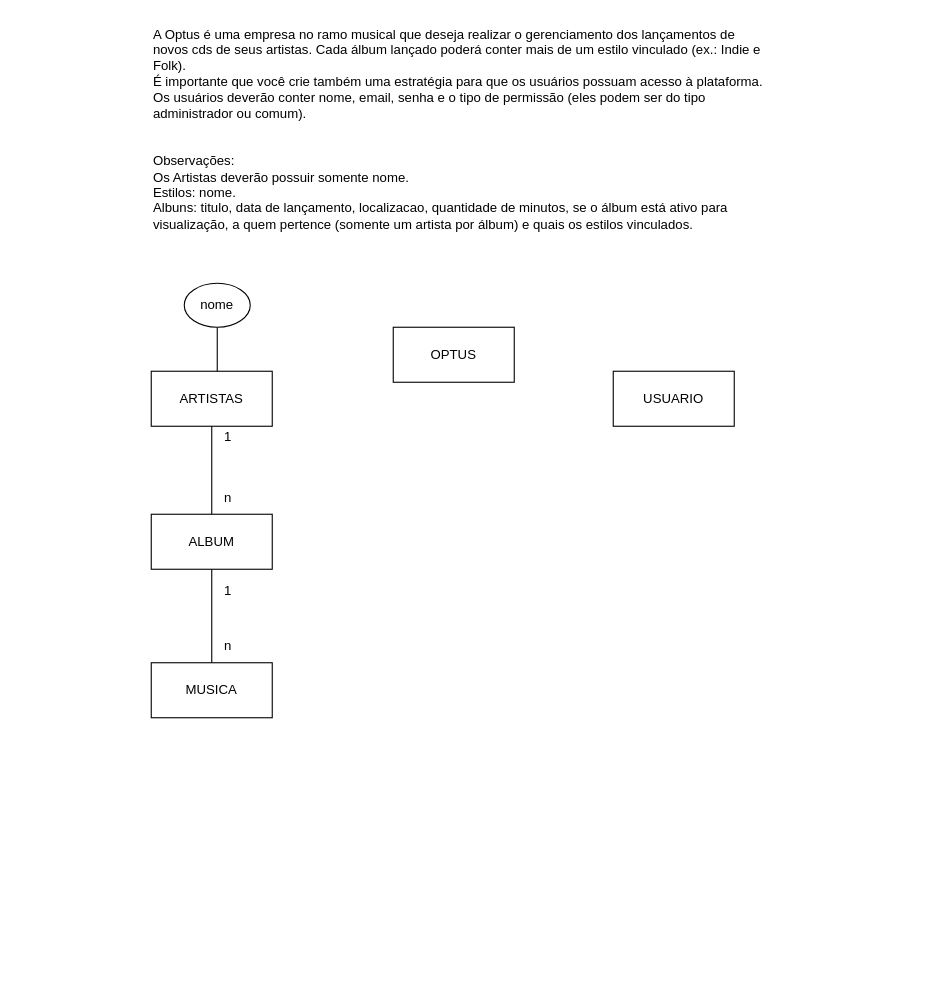
The draw.io diagram sprint1-bd/exercicios/1.4-exercicio-optus/1.4-exercicio-optus.drawio in AlbatrozPyt/2S-SENAI-dv, before the edit. Source tidied: cells renumbered, new cells numbered last; positions are measured from the earlier drawing's top-left corner, leaving out a move shared by most shapes. Both pictures are drawn from the tidied source at 110%, with x=0, y=0 at pixel (151, 19).
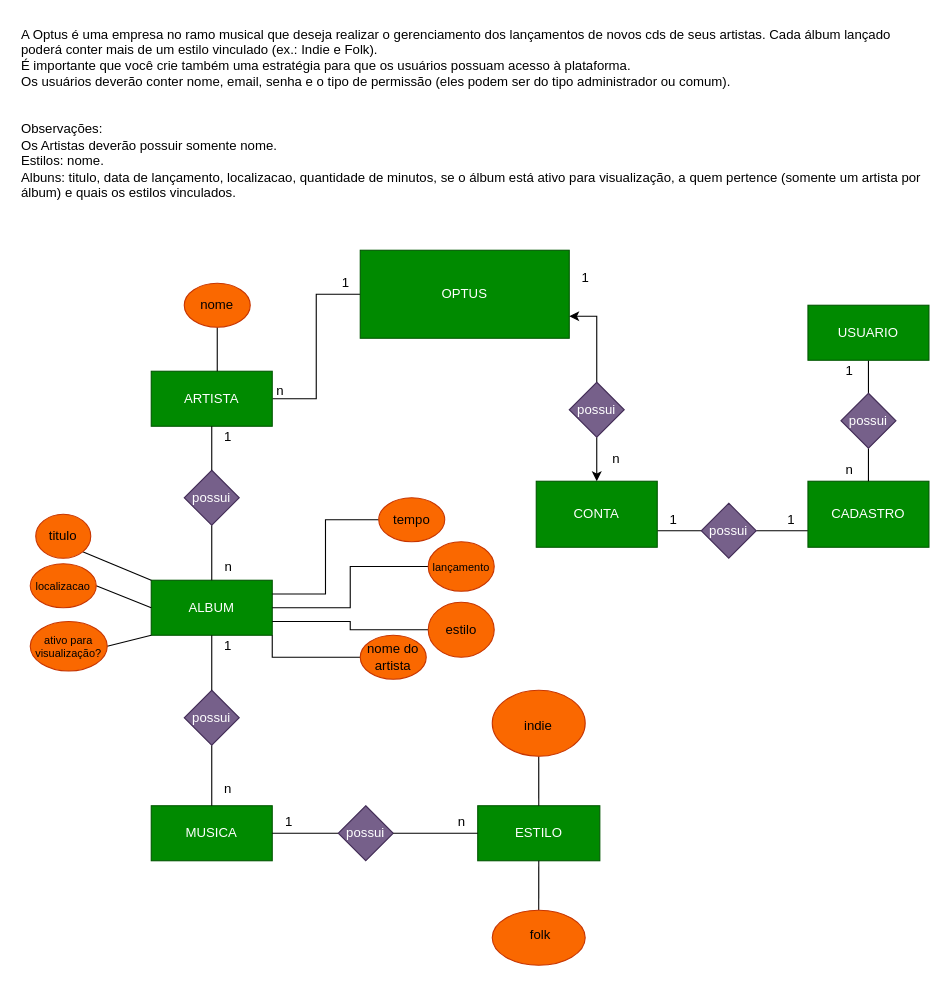
The same page after the edit.

The change refers to these unchanged cells:
```xml
<mxCell id="10" value="1" style="text;html=1;strokeColor=none;fillColor=none;align=center;verticalAlign=middle;whiteSpace=wrap;rounded=0;" parent="1" vertex="1">
  <mxGeometry x="40" y="370" width="60" height="20" as="geometry" />
</mxCell>
```

What changed in the source:
```diff
@@
     <mxCell id="2" value="A Optus é uma empresa no ramo musical que deseja realizar o gerenciamento dos lançamentos de novos cds de seus artistas. Cada álbum lançado poderá conter mais de um estilo vinculado (ex.: Indie e Folk).&#10;É importante que você crie também uma estratégia para que os usuários possuam acesso à plataforma.&#10;Os usuários deverão conter nome, email, senha e o tipo de permissão (eles podem ser do tipo administrador ou comum).&#10;&#10;&#10;Observações:&#10;Os Artistas deverão possuir somente nome.&#10;Estilos: nome.&#10;Albuns: titulo, data de lançamento, localizacao, quantidade de minutos, se o álbum está ativo para visualização, a quem pertence (somente um artista por álbum) e quais os estilos vinculados." style="text;whiteSpace=wrap;" parent="1" vertex="1">
-      <mxGeometry width="560" height="230" as="geometry" />
+      <mxGeometry x="-120" width="820" height="160" as="geometry" />
     </mxCell>
+    <mxCell id="17" style="edgeStyle=orthogonalEdgeStyle;rounded=0;jettySize=auto;html=1;entryX=1;entryY=0.5;entryDx=0;entryDy=0;endArrow=none;endFill=0;" parent="1" edge="1" source="3" target="7">
+      <mxGeometry relative="1" as="geometry" />
+    </mxCell>
-    <mxCell id="3" value="OPTUS" style="html=1;whiteSpace=wrap;" parent="1" vertex="1">
-      <mxGeometry x="220" y="280" width="110" height="50" as="geometry" />
+    <mxCell id="3" value="OPTUS" style="html=1;whiteSpace=wrap;fillColor=#008a00;fontColor=#ffffff;strokeColor=#005700;" parent="1" vertex="1">
+      <mxGeometry x="190" y="210" width="190" height="80" as="geometry" />
     </mxCell>
-    <mxCell id="4" value="ALBUM" style="html=1;whiteSpace=wrap;" parent="1" vertex="1">
-      <mxGeometry y="450" width="110" height="50" as="geometry" />
+    <mxCell id="4" value="ALBUM" style="html=1;whiteSpace=wrap;fillColor=#008a00;fontColor=#ffffff;strokeColor=#005700;" parent="1" vertex="1">
+      <mxGeometry y="510" width="110" height="50" as="geometry" />
     </mxCell>
-    <mxCell id="5" value="MUSICA" style="html=1;whiteSpace=wrap;" parent="1" vertex="1">
-      <mxGeometry y="585" width="110" height="50" as="geometry" />
+    <mxCell id="5" value="MUSICA" style="html=1;whiteSpace=wrap;fillColor=#008a00;fontColor=#ffffff;strokeColor=#005700;" parent="1" vertex="1">
+      <mxGeometry y="715" width="110" height="50" as="geometry" />
     </mxCell>
+    <mxCell id="18" style="edgeStyle=orthogonalEdgeStyle;rounded=0;jettySize=auto;html=1;entryX=0.5;entryY=0;entryDx=0;entryDy=0;endArrow=none;endFill=0;" parent="1" edge="1" source="6" target="52">
+      <mxGeometry relative="1" as="geometry" />
+    </mxCell>
-    <mxCell id="6" value="USUARIO" style="html=1;whiteSpace=wrap;" parent="1" vertex="1">
-      <mxGeometry x="420" y="320" width="110" height="50" as="geometry" />
+    <mxCell id="6" value="USUARIO" style="html=1;whiteSpace=wrap;fillColor=#008a00;fontColor=#ffffff;strokeColor=#005700;" parent="1" vertex="1">
+      <mxGeometry x="597" y="260" width="110" height="50" as="geometry" />
     </mxCell>
-    <mxCell id="7" value="ARTISTAS" style="html=1;whiteSpace=wrap;" parent="1" vertex="1">
+    <mxCell id="7" value="ARTISTA" style="html=1;whiteSpace=wrap;fillColor=#008a00;fontColor=#ffffff;strokeColor=#005700;" parent="1" vertex="1">
       <mxGeometry y="320" width="110" height="50" as="geometry" />
     </mxCell>
-    <mxCell id="8" style="endArrow=none;html=1;rounded=0;entryX=0.5;entryY=1;entryDx=0;entryDy=0;exitX=0.5;exitY=0;exitDx=0;exitDy=0;" parent="1" edge="1" source="4" target="7">
+    <mxCell id="8" style="endArrow=none;html=1;rounded=0;exitX=0.5;exitY=0;exitDx=0;exitDy=0;entryX=0.5;entryY=1;entryDx=0;entryDy=0;" parent="1" edge="1" source="4" target="32">
       <mxGeometry relative="1" as="geometry" />
     </mxCell>
-    <mxCell id="9" style="endArrow=none;html=1;rounded=0;entryX=0.5;entryY=1;entryDx=0;entryDy=0;exitX=0.5;exitY=0;exitDx=0;exitDy=0;" parent="1" edge="1" source="5" target="4">
+    <mxCell id="9" style="endArrow=none;html=1;rounded=0;exitX=0.5;exitY=0;exitDx=0;exitDy=0;entryX=0.5;entryY=1;entryDx=0;entryDy=0;" parent="1" edge="1" source="5" target="30">
       <mxGeometry relative="1" as="geometry" />
     </mxCell>
@@
     <mxCell id="11" value="n" style="text;html=1;strokeColor=none;fillColor=none;align=center;verticalAlign=middle;whiteSpace=wrap;rounded=0;" parent="1" vertex="1">
-      <mxGeometry x="40" y="420" width="60" height="30" as="geometry" />
+      <mxGeometry x="52.5" y="490" width="35" height="15" as="geometry" />
     </mxCell>
     <mxCell id="12" value="1" style="text;html=1;strokeColor=none;fillColor=none;align=center;verticalAlign=middle;whiteSpace=wrap;rounded=0;" parent="1" vertex="1">
-      <mxGeometry x="40" y="510" width="60" height="20" as="geometry" />
+      <mxGeometry x="55" y="560" width="30" height="20" as="geometry" />
     </mxCell>
     <mxCell id="13" value="n" style="text;html=1;strokeColor=none;fillColor=none;align=center;verticalAlign=middle;whiteSpace=wrap;rounded=0;" parent="1" vertex="1">
-      <mxGeometry x="40" y="560" width="60" height="20" as="geometry" />
+      <mxGeometry x="55" y="695" width="30" height="10" as="geometry" />
     </mxCell>
@@
-    <mxCell id="15" style="ellipse;whiteSpace=wrap;html=1;" parent="1" vertex="1">
+    <mxCell id="15" style="ellipse;whiteSpace=wrap;html=1;fillColor=#fa6800;fontColor=#000000;strokeColor=#C73500;" parent="1" vertex="1">
       <mxGeometry x="30" y="240" width="60" height="40" as="geometry" />
     </mxCell>
     <mxCell id="16" value="nome" style="text;html=1;strokeColor=none;fillColor=none;align=center;verticalAlign=middle;whiteSpace=wrap;rounded=0;" parent="1" vertex="1">
-      <mxGeometry x="30" y="245" width="60" height="30" as="geometry" />
+      <mxGeometry x="45" y="252.5" width="30" height="15" as="geometry" />
     </mxCell>
+    <mxCell id="19" value="ESTILO" style="html=1;whiteSpace=wrap;fillColor=#008a00;fontColor=#ffffff;strokeColor=#005700;" parent="1" vertex="1">
+      <mxGeometry x="296.8" y="715" width="111" height="50" as="geometry" />
+    </mxCell>
+    <mxCell id="20" style="endArrow=none;html=1;rounded=0;entryX=0.5;entryY=1;entryDx=0;entryDy=0;exitX=0.5;exitY=0;exitDx=0;exitDy=0;" parent="1" edge="1" source="19" target="21">
+      <mxGeometry relative="1" as="geometry" />
+    </mxCell>
+    <mxCell id="21" style="ellipse;whiteSpace=wrap;html=1;fillColor=#fa6800;fontColor=#000000;strokeColor=#C73500;" parent="1" vertex="1">
+      <mxGeometry x="310" y="610" width="84.5" height="60" as="geometry" />
+    </mxCell>
+    <mxCell id="22" style="endArrow=none;html=1;rounded=0;entryX=0.5;entryY=1;entryDx=0;entryDy=0;exitX=0.5;exitY=0;exitDx=0;exitDy=0;" parent="1" edge="1" source="23" target="19">
+      <mxGeometry relative="1" as="geometry" />
+    </mxCell>
+    <mxCell id="23" style="ellipse;whiteSpace=wrap;html=1;fillColor=#fa6800;fontColor=#000000;strokeColor=#C73500;" parent="1" vertex="1">
+      <mxGeometry x="310" y="810" width="84.5" height="50" as="geometry" />
+    </mxCell>
+    <mxCell id="24" style="endArrow=none;html=1;rounded=0;exitX=1;exitY=1;exitDx=0;exitDy=0;entryX=0;entryY=0;entryDx=0;entryDy=0;" parent="1" edge="1" source="25" target="4">
+      <mxGeometry relative="1" as="geometry" />
+    </mxCell>
+    <mxCell id="25" value="titulo" style="ellipse;whiteSpace=wrap;html=1;verticalAlign=middle;labelPosition=center;verticalLabelPosition=middle;align=center;fillColor=#fa6800;fontColor=#000000;strokeColor=#C73500;" parent="1" vertex="1">
+      <mxGeometry x="-105" y="450" width="50" height="40" as="geometry" />
+    </mxCell>
+    <mxCell id="26" style="endArrow=none;html=1;rounded=0;exitX=1;exitY=0.5;exitDx=0;exitDy=0;entryX=0;entryY=0.5;entryDx=0;entryDy=0;" parent="1" edge="1" source="27" target="4">
+      <mxGeometry relative="1" as="geometry" />
+    </mxCell>
+    <mxCell id="27" value="localizacao" style="ellipse;whiteSpace=wrap;html=1;fontSize=10;fillColor=#fa6800;fontColor=#000000;strokeColor=#C73500;" parent="1" vertex="1">
+      <mxGeometry x="-110" y="495" width="60" height="40" as="geometry" />
+    </mxCell>
+    <mxCell id="28" style="endArrow=none;html=1;rounded=0;exitX=1;exitY=0.5;exitDx=0;exitDy=0;entryX=0;entryY=1;entryDx=0;entryDy=0;" parent="1" edge="1" source="29" target="4">
+      <mxGeometry relative="1" as="geometry" />
+    </mxCell>
+    <mxCell id="29" value="ativo para visualização?" style="ellipse;whiteSpace=wrap;html=1;fontSize=10;fillColor=#fa6800;fontColor=#000000;strokeColor=#C73500;" parent="1" vertex="1">
+      <mxGeometry x="-110" y="547.5" width="70" height="45" as="geometry" />
+    </mxCell>
+    <mxCell id="30" value="possui" style="rhombus;whiteSpace=wrap;html=1;fillColor=#76608a;fontColor=#ffffff;strokeColor=#432D57;" parent="1" vertex="1">
+      <mxGeometry x="30" y="610" width="50" height="50" as="geometry" />
+    </mxCell>
+    <mxCell id="31" style="endArrow=none;html=1;rounded=0;exitX=0.5;exitY=0;exitDx=0;exitDy=0;entryX=0.5;entryY=1;entryDx=0;entryDy=0;" parent="1" edge="1" source="30" target="4">
+      <mxGeometry relative="1" as="geometry" />
+    </mxCell>
+    <mxCell id="32" value="possui" style="rhombus;whiteSpace=wrap;html=1;fillColor=#76608a;fontColor=#ffffff;strokeColor=#432D57;" parent="1" vertex="1">
+      <mxGeometry x="30" y="410" width="50" height="50" as="geometry" />
+    </mxCell>
+    <mxCell id="33" style="endArrow=none;html=1;rounded=0;exitX=0.5;exitY=0;exitDx=0;exitDy=0;entryX=0.25;entryY=0;entryDx=0;entryDy=0;" parent="1" edge="1" source="32" target="10">
+      <mxGeometry relative="1" as="geometry" />
+    </mxCell>
+    <mxCell id="34" style="endArrow=none;html=1;rounded=0;exitX=1;exitY=0.5;exitDx=0;exitDy=0;entryX=0;entryY=0.5;entryDx=0;entryDy=0;" parent="1" edge="1" source="5" target="35">
+      <mxGeometry relative="1" as="geometry" />
+    </mxCell>
+    <mxCell id="35" value="possui" style="rhombus;whiteSpace=wrap;html=1;fillColor=#76608a;fontColor=#ffffff;strokeColor=#432D57;" parent="1" vertex="1">
+      <mxGeometry x="170" y="715" width="50" height="50" as="geometry" />
+    </mxCell>
+    <mxCell id="36" style="endArrow=none;html=1;rounded=0;exitX=1;exitY=0.5;exitDx=0;exitDy=0;entryX=0;entryY=0.5;entryDx=0;entryDy=0;" parent="1" edge="1" source="35" target="19">
+      <mxGeometry relative="1" as="geometry" />
+    </mxCell>
+    <mxCell id="37" value="1" style="text;html=1;align=center;verticalAlign=middle;strokeColor=none;fillColor=none;" parent="1" vertex="1">
+      <mxGeometry x="110" y="715" width="30" height="30" as="geometry" />
+    </mxCell>
+    <mxCell id="38" value="n" style="text;html=1;align=center;verticalAlign=middle;strokeColor=none;fillColor=none;" parent="1" vertex="1">
+      <mxGeometry x="266.8" y="715" width="30" height="30" as="geometry" />
+    </mxCell>
+    <mxCell id="39" style="edgeStyle=orthogonalEdgeStyle;rounded=0;jettySize=auto;html=1;entryX=1;entryY=0.25;entryDx=0;entryDy=0;endArrow=none;endFill=0;" parent="1" edge="1" source="40" target="4">
+      <mxGeometry relative="1" as="geometry" />
+    </mxCell>
+    <mxCell id="40" value="tempo" style="ellipse;whiteSpace=wrap;html=1;fillColor=#fa6800;fontColor=#000000;strokeColor=#C73500;" parent="1" vertex="1">
+      <mxGeometry x="206.8" y="435" width="60" height="40" as="geometry" />
+    </mxCell>
+    <mxCell id="41" style="edgeStyle=orthogonalEdgeStyle;rounded=0;jettySize=auto;html=1;entryX=1;entryY=0.5;entryDx=0;entryDy=0;endArrow=none;endFill=0;" parent="1" edge="1" source="42" target="4">
+      <mxGeometry relative="1" as="geometry" />
+    </mxCell>
+    <mxCell id="42" value="lançamento" style="ellipse;whiteSpace=wrap;html=1;fontSize=10;fillColor=#fa6800;fontColor=#000000;strokeColor=#C73500;" parent="1" vertex="1">
+      <mxGeometry x="251.8" y="475" width="60" height="45" as="geometry" />
+    </mxCell>
+    <mxCell id="43" style="edgeStyle=orthogonalEdgeStyle;rounded=0;jettySize=auto;html=1;entryX=1;entryY=1;entryDx=0;entryDy=0;endArrow=none;endFill=0;" parent="1" edge="1" source="44" target="4">
+      <mxGeometry relative="1" as="geometry" />
+    </mxCell>
+    <mxCell id="44" value="nome do artista" style="ellipse;whiteSpace=wrap;html=1;fillColor=#fa6800;fontColor=#000000;strokeColor=#C73500;" parent="1" vertex="1">
+      <mxGeometry x="190" y="560" width="60" height="40" as="geometry" />
+    </mxCell>
+    <mxCell id="45" style="edgeStyle=orthogonalEdgeStyle;rounded=0;jettySize=auto;html=1;entryX=1;entryY=0.75;entryDx=0;entryDy=0;endArrow=none;endFill=0;" parent="1" edge="1" source="46" target="4">
+      <mxGeometry relative="1" as="geometry" />
+    </mxCell>
+    <mxCell id="46" value="estilo" style="ellipse;whiteSpace=wrap;html=1;fillColor=#fa6800;fontColor=#000000;strokeColor=#C73500;" parent="1" vertex="1">
+      <mxGeometry x="251.8" y="530" width="60" height="50" as="geometry" />
+    </mxCell>
+    <mxCell id="47" value="1" style="text;html=1;strokeColor=none;fillColor=none;align=center;verticalAlign=middle;whiteSpace=wrap;rounded=0;" parent="1" vertex="1">
+      <mxGeometry x="146.8" y="230" width="60" height="20" as="geometry" />
+    </mxCell>
+    <mxCell id="48" value="n" style="text;html=1;strokeColor=none;fillColor=none;align=center;verticalAlign=middle;whiteSpace=wrap;rounded=0;" parent="1" vertex="1">
+      <mxGeometry x="100" y="330" width="35" height="15" as="geometry" />
+    </mxCell>
+    <mxCell id="49" style="edgeStyle=orthogonalEdgeStyle;rounded=0;jettySize=auto;html=1;entryX=1;entryY=0.5;entryDx=0;entryDy=0;endArrow=none;endFill=0;exitX=0;exitY=0.75;exitDx=0;exitDy=0;" parent="1" edge="1" source="50" target="56">
+      <mxGeometry relative="1" as="geometry" />
+    </mxCell>
+    <mxCell id="50" value="CADASTRO" style="html=1;whiteSpace=wrap;fillColor=#008a00;fontColor=#ffffff;strokeColor=#005700;" parent="1" vertex="1">
+      <mxGeometry x="597" y="420" width="110" height="60" as="geometry" />
+    </mxCell>
+    <mxCell id="51" style="edgeStyle=orthogonalEdgeStyle;rounded=0;jettySize=auto;html=1;entryX=0.5;entryY=0;entryDx=0;entryDy=0;endArrow=none;endFill=0;" parent="1" edge="1" source="52" target="50">
+      <mxGeometry relative="1" as="geometry" />
+    </mxCell>
+    <mxCell id="52" value="possui" style="rhombus;whiteSpace=wrap;html=1;fillColor=#76608a;fontColor=#ffffff;strokeColor=#432D57;" parent="1" vertex="1">
+      <mxGeometry x="627" y="340" width="50" height="50" as="geometry" />
+    </mxCell>
+    <mxCell id="53" value="1" style="text;html=1;strokeColor=none;fillColor=none;align=center;verticalAlign=middle;whiteSpace=wrap;rounded=0;" parent="1" vertex="1">
+      <mxGeometry x="620" y="310" width="30" height="20" as="geometry" />
+    </mxCell>
+    <mxCell id="54" value="n" style="text;html=1;strokeColor=none;fillColor=none;align=center;verticalAlign=middle;whiteSpace=wrap;rounded=0;" parent="1" vertex="1">
+      <mxGeometry x="620" y="400" width="30" height="20" as="geometry" />
+    </mxCell>
+    <mxCell id="55" style="edgeStyle=orthogonalEdgeStyle;rounded=0;jettySize=auto;html=1;entryX=1;entryY=0.75;entryDx=0;entryDy=0;endArrow=none;endFill=0;" parent="1" edge="1" source="56" target="57">
+      <mxGeometry relative="1" as="geometry" />
+    </mxCell>
+    <mxCell id="56" value="possui" style="rhombus;whiteSpace=wrap;html=1;fillColor=#76608a;fontColor=#ffffff;strokeColor=#432D57;" parent="1" vertex="1">
+      <mxGeometry x="500" y="440" width="50" height="50" as="geometry" />
+    </mxCell>
+    <mxCell id="57" value="CONTA" style="html=1;whiteSpace=wrap;fillColor=#008a00;fontColor=#ffffff;strokeColor=#005700;" parent="1" vertex="1">
+      <mxGeometry x="350" y="420" width="110" height="60" as="geometry" />
+    </mxCell>
+    <mxCell id="58" value="1" style="text;html=1;strokeColor=none;fillColor=none;align=center;verticalAlign=middle;whiteSpace=wrap;rounded=0;" parent="1" vertex="1">
+      <mxGeometry x="460" y="445" width="30" height="20" as="geometry" />
+    </mxCell>
+    <mxCell id="59" value="1" style="text;html=1;strokeColor=none;fillColor=none;align=center;verticalAlign=middle;whiteSpace=wrap;rounded=0;" parent="1" vertex="1">
+      <mxGeometry x="567" y="445" width="30" height="20" as="geometry" />
+    </mxCell>
+    <mxCell id="60" style="edgeStyle=orthogonalEdgeStyle;rounded=0;jettySize=auto;html=1;entryX=0.5;entryY=0;entryDx=0;entryDy=0;" parent="1" edge="1" source="62" target="57">
+      <mxGeometry relative="1" as="geometry" />
+    </mxCell>
+    <mxCell id="61" style="edgeStyle=orthogonalEdgeStyle;rounded=0;jettySize=auto;html=1;entryX=1;entryY=0.75;entryDx=0;entryDy=0;" parent="1" edge="1" source="62" target="3">
+      <mxGeometry relative="1" as="geometry" />
+    </mxCell>
+    <mxCell id="62" value="possui" style="rhombus;whiteSpace=wrap;html=1;fillColor=#76608a;fontColor=#ffffff;strokeColor=#432D57;" parent="1" vertex="1">
+      <mxGeometry x="380" y="330" width="50" height="50" as="geometry" />
+    </mxCell>
+    <mxCell id="63" value="n" style="text;html=1;strokeColor=none;fillColor=none;align=center;verticalAlign=middle;whiteSpace=wrap;rounded=0;" parent="1" vertex="1">
+      <mxGeometry x="407.8" y="390" width="30" height="20" as="geometry" />
+    </mxCell>
+    <mxCell id="64" value="1" style="text;html=1;strokeColor=none;fillColor=none;align=center;verticalAlign=middle;whiteSpace=wrap;rounded=0;" parent="1" vertex="1">
+      <mxGeometry x="380" y="225" width="30" height="20" as="geometry" />
+    </mxCell>
+    <mxCell id="65" value="&lt;br style=&quot;border-color: var(--border-color);&quot;&gt;folk" style="text;html=1;strokeColor=none;fillColor=none;align=center;verticalAlign=middle;whiteSpace=wrap;rounded=0;" parent="1" vertex="1">
+      <mxGeometry x="327.8" y="810" width="52.2" height="30" as="geometry" />
+    </mxCell>
+    <mxCell id="66" value="&lt;br style=&quot;border-color: var(--border-color);&quot;&gt;indie" style="text;html=1;strokeColor=none;fillColor=none;align=center;verticalAlign=middle;whiteSpace=wrap;rounded=0;" parent="1" vertex="1">
+      <mxGeometry x="326.1" y="622.5" width="52.2" height="25" as="geometry" />
+    </mxCell>
```
